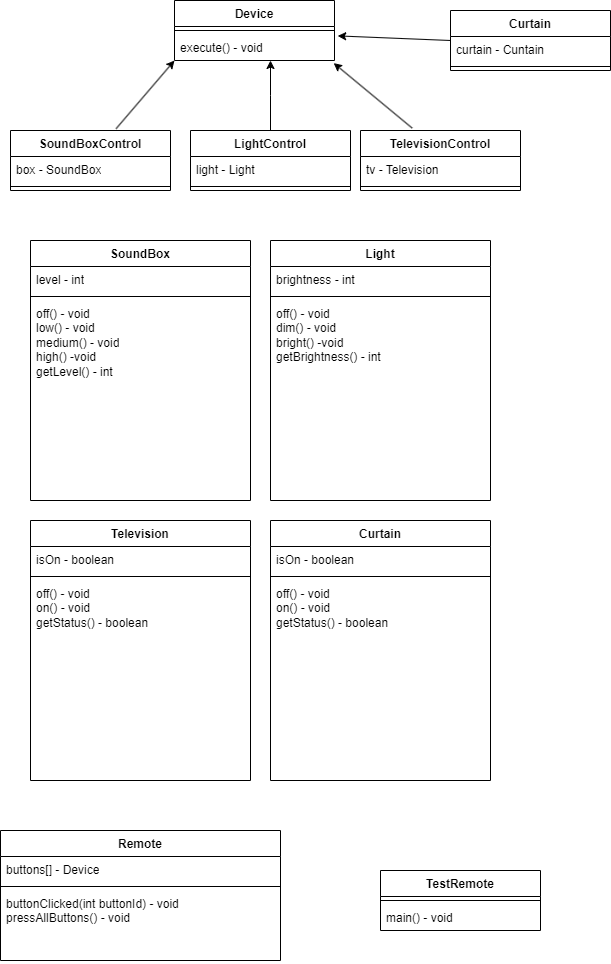
Earlier version of the draw.io export src/homework3/homework3.drawio.png (Derek46518/OOPHomework). Source tidied: cells renumbered, new cells last; positions are measured from the earlier drawing's top-left corner, leaving out a move shared by most shapes.
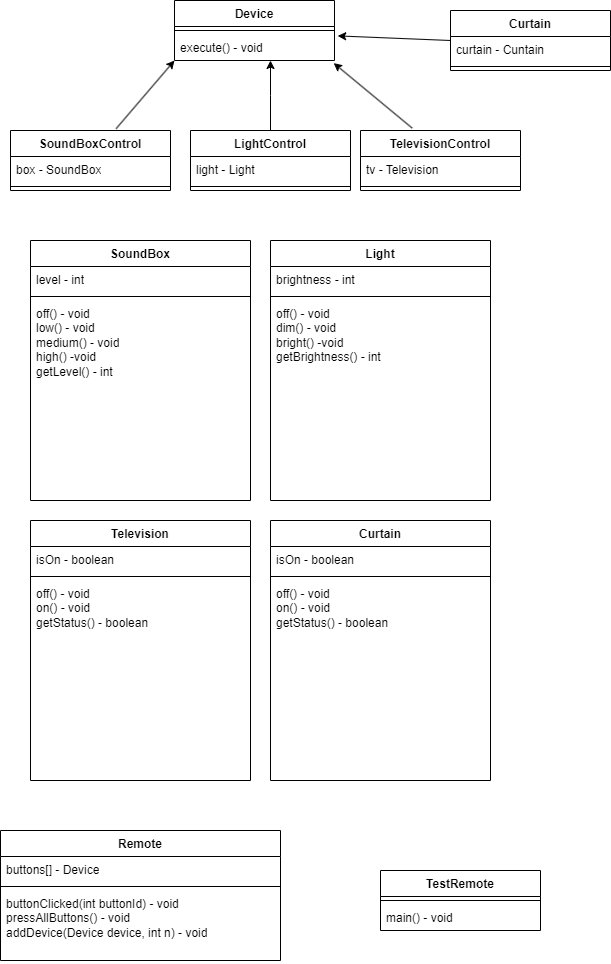
After the change.

The edit, as a diff of the source:
```diff
@@ -123,7 +123,7 @@
     <mxCell id="39" style="line;strokeWidth=1;fillColor=none;align=left;verticalAlign=middle;spacingTop=-1;spacingLeft=3;spacingRight=3;labelPosition=right;strokeColor=inherit;" parent="37" vertex="1">
       <mxGeometry y="52" width="280" height="8" as="geometry" />
     </mxCell>
-    <mxCell id="40" value="buttonClicked(int buttonId) - void&lt;br&gt;pressAllButtons() - void" style="text;strokeColor=none;fillColor=none;align=left;verticalAlign=top;spacingLeft=4;spacingRight=4;overflow=hidden;whiteSpace=wrap;html=1;" parent="37" vertex="1">
+    <mxCell id="40" value="buttonClicked(int buttonId) - void&lt;br&gt;pressAllButtons() - void&lt;br&gt;addDevice(Device device, int n) - void" style="text;strokeColor=none;fillColor=none;align=left;verticalAlign=top;spacingLeft=4;spacingRight=4;overflow=hidden;whiteSpace=wrap;html=1;" parent="37" vertex="1">
       <mxGeometry y="60" width="280" height="70" as="geometry" />
     </mxCell>
     <mxCell id="41" value="TestRemote" style="swimlane;fontStyle=1;align=center;verticalAlign=top;horizontal=1;startSize=26;whiteSpace=wrap;html=1;" parent="1" vertex="1">
```
